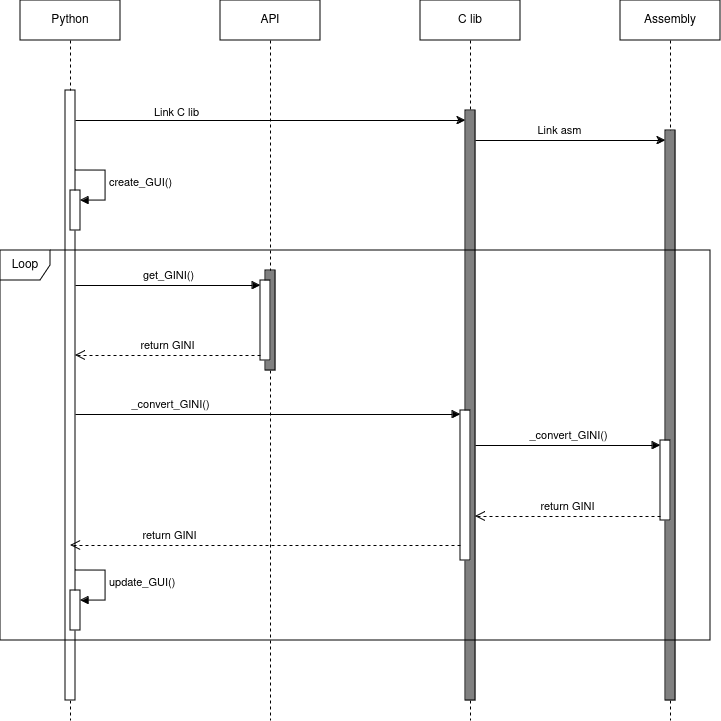
Earlier version of the draw.io export imgs/sequence_diagram.drawio.png (manugcr/sdc_tp2). Source tidied: cells renumbered, new cells last; positions are measured from the earlier drawing's top-left corner, leaving out a move shared by most shapes. Its diagram source:
```xml
<mxGraphModel>
  <root>
    <mxCell id="0" />
    <mxCell id="1" parent="0" />
    <mxCell id="2" value="&lt;div&gt;Python&lt;/div&gt;" style="shape=umlLifeline;perimeter=lifelinePerimeter;whiteSpace=wrap;html=1;newEdgeStyle={&quot;edgeStyle&quot;:&quot;elbowEdgeStyle&quot;,&quot;elbow&quot;:&quot;vertical&quot;,&quot;curved&quot;:0,&quot;rounded&quot;:0};" parent="1" vertex="1">
      <mxGeometry x="20" width="100" height="720" as="geometry" />
    </mxCell>
    <mxCell id="3" style="html=1;points=[[0,0,0,0,5],[0,1,0,0,-5],[1,0,0,0,5],[1,1,0,0,-5]];perimeter=orthogonalPerimeter;outlineConnect=0;targetShapes=umlLifeline;portConstraint=eastwest;newEdgeStyle={&quot;curved&quot;:0,&quot;rounded&quot;:0};" parent="2" vertex="1">
      <mxGeometry x="45" y="90" width="10" height="610" as="geometry" />
    </mxCell>
    <mxCell id="4" value="API" style="shape=umlLifeline;perimeter=lifelinePerimeter;whiteSpace=wrap;html=1;newEdgeStyle={&quot;edgeStyle&quot;:&quot;elbowEdgeStyle&quot;,&quot;elbow&quot;:&quot;vertical&quot;,&quot;curved&quot;:0,&quot;rounded&quot;:0};" parent="1" vertex="1">
      <mxGeometry x="220" width="100" height="720" as="geometry" />
    </mxCell>
    <mxCell id="5" style="html=1;perimeter=orthogonalPerimeter;targetShapes=umlLifeline;newEdgeStyle={&quot;curved&quot;:0,&quot;rounded&quot;:0};fillColor=#808080;" parent="4" vertex="1">
      <mxGeometry x="45" y="270" width="10" height="100" as="geometry" />
    </mxCell>
    <mxCell id="6" style="group;" parent="1" vertex="1">
      <mxGeometry x="70" y="170" width="35" height="60" as="geometry" />
    </mxCell>
    <mxCell id="7" style="html=1;points=[[0,0,0,0,5],[0,1,0,0,-5],[1,0,0,0,5],[1,1,0,0,-5]];perimeter=orthogonalPerimeter;outlineConnect=0;targetShapes=umlLifeline;portConstraint=eastwest;newEdgeStyle={&quot;curved&quot;:0,&quot;rounded&quot;:0};" parent="6" vertex="1">
      <mxGeometry y="20" width="10" height="40" as="geometry" />
    </mxCell>
    <mxCell id="8" value="create_GUI()" style="html=1;align=left;spacingLeft=2;endArrow=block;rounded=0;edgeStyle=orthogonalEdgeStyle;curved=0;rounded=0;" parent="6" edge="1" target="7">
      <mxGeometry relative="1" as="geometry">
        <mxPoint x="5" as="sourcePoint" />
        <Array as="points">
          <mxPoint x="35" y="30" />
        </Array>
      </mxGeometry>
    </mxCell>
    <mxCell id="9" value="C lib" style="shape=umlLifeline;perimeter=lifelinePerimeter;whiteSpace=wrap;html=1;newEdgeStyle={&quot;edgeStyle&quot;:&quot;elbowEdgeStyle&quot;,&quot;elbow&quot;:&quot;vertical&quot;,&quot;curved&quot;:0,&quot;rounded&quot;:0};" parent="1" vertex="1">
      <mxGeometry x="420" width="100" height="720" as="geometry" />
    </mxCell>
    <mxCell id="10" style="html=1;perimeter=orthogonalPerimeter;targetShapes=umlLifeline;newEdgeStyle={&quot;curved&quot;:0,&quot;rounded&quot;:0};fillColor=#808080;" parent="9" vertex="1">
      <mxGeometry x="45" y="110" width="10" height="590" as="geometry" />
    </mxCell>
    <mxCell id="11" style="html=1;perimeter=orthogonalPerimeter;targetShapes=umlLifeline;newEdgeStyle={&quot;curved&quot;:0,&quot;rounded&quot;:0};" parent="9" vertex="1">
      <mxGeometry x="40" y="410" width="10" height="150" as="geometry" />
    </mxCell>
    <mxCell id="12" value="Assembly" style="shape=umlLifeline;perimeter=lifelinePerimeter;whiteSpace=wrap;html=1;newEdgeStyle={&quot;edgeStyle&quot;:&quot;elbowEdgeStyle&quot;,&quot;elbow&quot;:&quot;vertical&quot;,&quot;curved&quot;:0,&quot;rounded&quot;:0};" parent="1" vertex="1">
      <mxGeometry x="620" width="100" height="720" as="geometry" />
    </mxCell>
    <mxCell id="13" style="html=1;perimeter=orthogonalPerimeter;targetShapes=umlLifeline;newEdgeStyle={&quot;curved&quot;:0,&quot;rounded&quot;:0};fillColor=#808080;" parent="12" vertex="1">
      <mxGeometry x="45" y="130" width="10" height="570" as="geometry" />
    </mxCell>
    <mxCell id="14" style="html=1;perimeter=orthogonalPerimeter;targetShapes=umlLifeline;newEdgeStyle={&quot;curved&quot;:0,&quot;rounded&quot;:0};" parent="12" vertex="1">
      <mxGeometry x="40" y="440" width="10" height="80" as="geometry" />
    </mxCell>
    <mxCell id="15" style="group;rotation=-180;" parent="1" vertex="1">
      <mxGeometry x="190" y="280" width="80" height="80" as="geometry" />
    </mxCell>
    <mxCell id="16" style="html=1;perimeter=orthogonalPerimeter;targetShapes=umlLifeline;newEdgeStyle={&quot;curved&quot;:0,&quot;rounded&quot;:0};rotation=-180;" parent="15" vertex="1">
      <mxGeometry x="70" width="10" height="80" as="geometry" />
    </mxCell>
    <mxCell id="17" value="get_GINI()" style="html=1;verticalAlign=bottom;endArrow=block;curved=0;rounded=0;entryX=1;entryY=0;entryDx=0;entryDy=5;" parent="15" edge="1" source="3">
      <mxGeometry relative="1" as="geometry">
        <mxPoint x="70" y="5" as="targetPoint" />
      </mxGeometry>
    </mxCell>
    <mxCell id="18" value="return GINI" style="html=1;verticalAlign=bottom;endArrow=open;dashed=1;endSize=8;curved=0;rounded=0;exitX=1;exitY=1;exitDx=0;exitDy=-5;" parent="15" edge="1" target="3">
      <mxGeometry relative="1" as="geometry">
        <mxPoint x="70" y="75" as="sourcePoint" />
      </mxGeometry>
    </mxCell>
    <mxCell id="19" value="_convert_GINI()" style="html=1;verticalAlign=bottom;endArrow=block;curved=0;rounded=0;" parent="1" edge="1">
      <mxGeometry x="-0.51" relative="1" as="geometry">
        <mxPoint x="75" y="414" as="sourcePoint" />
        <mxPoint x="460" y="414" as="targetPoint" />
      </mxGeometry>
    </mxCell>
    <mxCell id="20" value="return GINI" style="html=1;verticalAlign=bottom;endArrow=open;dashed=1;endSize=8;curved=0;rounded=0;" parent="1" edge="1">
      <mxGeometry x="0.49" relative="1" as="geometry">
        <mxPoint x="460" y="545" as="sourcePoint" />
        <mxPoint x="70" y="545" as="targetPoint" />
      </mxGeometry>
    </mxCell>
    <mxCell id="21" value="_convert_GINI()" style="html=1;verticalAlign=bottom;endArrow=block;curved=0;rounded=0;" parent="1" edge="1">
      <mxGeometry relative="1" as="geometry">
        <mxPoint x="475" y="445" as="sourcePoint" />
        <mxPoint x="660" y="445" as="targetPoint" />
      </mxGeometry>
    </mxCell>
    <mxCell id="22" value="return GINI" style="html=1;verticalAlign=bottom;endArrow=open;dashed=1;endSize=8;curved=0;rounded=0;" parent="1" edge="1">
      <mxGeometry relative="1" as="geometry">
        <mxPoint x="660" y="516" as="sourcePoint" />
        <mxPoint x="475" y="516" as="targetPoint" />
      </mxGeometry>
    </mxCell>
    <mxCell id="23" style="group;" parent="1" vertex="1">
      <mxGeometry x="70" y="570" width="35" height="60" as="geometry" />
    </mxCell>
    <mxCell id="24" style="html=1;points=[[0,0,0,0,5],[0,1,0,0,-5],[1,0,0,0,5],[1,1,0,0,-5]];perimeter=orthogonalPerimeter;outlineConnect=0;targetShapes=umlLifeline;portConstraint=eastwest;newEdgeStyle={&quot;curved&quot;:0,&quot;rounded&quot;:0};" parent="23" vertex="1">
      <mxGeometry y="20" width="10" height="40" as="geometry" />
    </mxCell>
    <mxCell id="25" value="update_GUI()" style="html=1;align=left;spacingLeft=2;endArrow=block;rounded=0;edgeStyle=orthogonalEdgeStyle;curved=0;rounded=0;" parent="23" edge="1" target="24">
      <mxGeometry relative="1" as="geometry">
        <mxPoint x="5" as="sourcePoint" />
        <Array as="points">
          <mxPoint x="35" y="30" />
        </Array>
      </mxGeometry>
    </mxCell>
    <mxCell id="26" value="Loop" style="shape=umlFrame;whiteSpace=wrap;html=1;width=50;" parent="1" vertex="1">
      <mxGeometry y="250" width="710" height="390" as="geometry" />
    </mxCell>
    <mxCell id="27" style="endArrow=classic;html=1;rounded=0;" parent="1" edge="1">
      <mxGeometry relative="1" as="geometry">
        <mxPoint x="75" y="120" as="sourcePoint" />
        <mxPoint x="465" y="120" as="targetPoint" />
      </mxGeometry>
    </mxCell>
    <mxCell id="28" value="&lt;div&gt;Link C lib&lt;/div&gt;" style="edgeLabel;html=1;align=center;verticalAlign=middle;" parent="27" vertex="1">
      <mxGeometry x="-0.08" y="-1" relative="1" as="geometry">
        <mxPoint x="-80" y="-10" as="offset" />
      </mxGeometry>
    </mxCell>
    <mxCell id="29" style="endArrow=classic;html=1;rounded=0;" parent="1" edge="1">
      <mxGeometry relative="1" as="geometry">
        <mxPoint x="475" y="140" as="sourcePoint" />
        <mxPoint x="665" y="140" as="targetPoint" />
      </mxGeometry>
    </mxCell>
    <mxCell id="30" value="&lt;div&gt;Link asm&lt;/div&gt;" style="edgeLabel;html=1;align=center;verticalAlign=middle;" parent="29" vertex="1">
      <mxGeometry x="-0.12" y="1" relative="1" as="geometry">
        <mxPoint y="-10" as="offset" />
      </mxGeometry>
    </mxCell>
  </root>
</mxGraphModel>
```
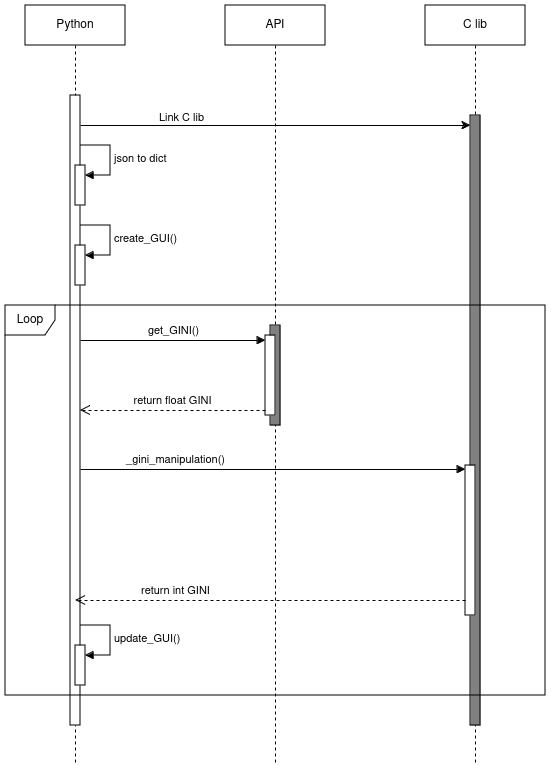
The same file after the commit.

The edit, as a diff of the source:
```diff
@@ -3,16 +3,16 @@
     <mxCell id="0" />
     <mxCell id="1" parent="0" />
     <mxCell id="2" value="&lt;div&gt;Python&lt;/div&gt;" style="shape=umlLifeline;perimeter=lifelinePerimeter;whiteSpace=wrap;html=1;newEdgeStyle={&quot;edgeStyle&quot;:&quot;elbowEdgeStyle&quot;,&quot;elbow&quot;:&quot;vertical&quot;,&quot;curved&quot;:0,&quot;rounded&quot;:0};" parent="1" vertex="1">
-      <mxGeometry x="20" width="100" height="720" as="geometry" />
+      <mxGeometry x="20" y="-50" width="100" height="760" as="geometry" />
     </mxCell>
     <mxCell id="3" style="html=1;points=[[0,0,0,0,5],[0,1,0,0,-5],[1,0,0,0,5],[1,1,0,0,-5]];perimeter=orthogonalPerimeter;outlineConnect=0;targetShapes=umlLifeline;portConstraint=eastwest;newEdgeStyle={&quot;curved&quot;:0,&quot;rounded&quot;:0};" parent="2" vertex="1">
-      <mxGeometry x="45" y="90" width="10" height="610" as="geometry" />
+      <mxGeometry x="45" y="90" width="10" height="630" as="geometry" />
     </mxCell>
     <mxCell id="4" value="API" style="shape=umlLifeline;perimeter=lifelinePerimeter;whiteSpace=wrap;html=1;newEdgeStyle={&quot;edgeStyle&quot;:&quot;elbowEdgeStyle&quot;,&quot;elbow&quot;:&quot;vertical&quot;,&quot;curved&quot;:0,&quot;rounded&quot;:0};" parent="1" vertex="1">
-      <mxGeometry x="220" width="100" height="720" as="geometry" />
+      <mxGeometry x="220" y="-50" width="100" height="760" as="geometry" />
     </mxCell>
     <mxCell id="5" style="html=1;perimeter=orthogonalPerimeter;targetShapes=umlLifeline;newEdgeStyle={&quot;curved&quot;:0,&quot;rounded&quot;:0};fillColor=#808080;" parent="4" vertex="1">
-      <mxGeometry x="45" y="270" width="10" height="100" as="geometry" />
+      <mxGeometry x="45" y="320" width="10" height="100" as="geometry" />
     </mxCell>
     <mxCell id="6" style="group;" parent="1" vertex="1">
       <mxGeometry x="70" y="170" width="35" height="60" as="geometry" />
@@ -29,23 +29,14 @@
       </mxGeometry>
     </mxCell>
     <mxCell id="9" value="C lib" style="shape=umlLifeline;perimeter=lifelinePerimeter;whiteSpace=wrap;html=1;newEdgeStyle={&quot;edgeStyle&quot;:&quot;elbowEdgeStyle&quot;,&quot;elbow&quot;:&quot;vertical&quot;,&quot;curved&quot;:0,&quot;rounded&quot;:0};" parent="1" vertex="1">
-      <mxGeometry x="420" width="100" height="720" as="geometry" />
+      <mxGeometry x="420" y="-50" width="100" height="760" as="geometry" />
     </mxCell>
     <mxCell id="10" style="html=1;perimeter=orthogonalPerimeter;targetShapes=umlLifeline;newEdgeStyle={&quot;curved&quot;:0,&quot;rounded&quot;:0};fillColor=#808080;" parent="9" vertex="1">
-      <mxGeometry x="45" y="110" width="10" height="590" as="geometry" />
+      <mxGeometry x="45" y="110" width="10" height="610" as="geometry" />
     </mxCell>
     <mxCell id="11" style="html=1;perimeter=orthogonalPerimeter;targetShapes=umlLifeline;newEdgeStyle={&quot;curved&quot;:0,&quot;rounded&quot;:0};" parent="9" vertex="1">
-      <mxGeometry x="40" y="410" width="10" height="150" as="geometry" />
+      <mxGeometry x="40" y="460" width="10" height="150" as="geometry" />
     </mxCell>
-    <mxCell id="12" value="Assembly" style="shape=umlLifeline;perimeter=lifelinePerimeter;whiteSpace=wrap;html=1;newEdgeStyle={&quot;edgeStyle&quot;:&quot;elbowEdgeStyle&quot;,&quot;elbow&quot;:&quot;vertical&quot;,&quot;curved&quot;:0,&quot;rounded&quot;:0};" parent="1" vertex="1">
-      <mxGeometry x="620" width="100" height="720" as="geometry" />
-    </mxCell>
-    <mxCell id="13" style="html=1;perimeter=orthogonalPerimeter;targetShapes=umlLifeline;newEdgeStyle={&quot;curved&quot;:0,&quot;rounded&quot;:0};fillColor=#808080;" parent="12" vertex="1">
-      <mxGeometry x="45" y="130" width="10" height="570" as="geometry" />
-    </mxCell>
-    <mxCell id="14" style="html=1;perimeter=orthogonalPerimeter;targetShapes=umlLifeline;newEdgeStyle={&quot;curved&quot;:0,&quot;rounded&quot;:0};" parent="12" vertex="1">
-      <mxGeometry x="40" y="440" width="10" height="80" as="geometry" />
-    </mxCell>
     <mxCell id="15" style="group;rotation=-180;" parent="1" vertex="1">
       <mxGeometry x="190" y="280" width="80" height="80" as="geometry" />
     </mxCell>
@@ -57,35 +48,23 @@
         <mxPoint x="70" y="5" as="targetPoint" />
       </mxGeometry>
     </mxCell>
-    <mxCell id="18" value="return GINI" style="html=1;verticalAlign=bottom;endArrow=open;dashed=1;endSize=8;curved=0;rounded=0;exitX=1;exitY=1;exitDx=0;exitDy=-5;" parent="15" edge="1" target="3">
+    <mxCell id="18" value="return float GINI" style="html=1;verticalAlign=bottom;endArrow=open;dashed=1;endSize=8;curved=0;rounded=0;exitX=1;exitY=1;exitDx=0;exitDy=-5;" parent="15" edge="1" target="3">
       <mxGeometry relative="1" as="geometry">
         <mxPoint x="70" y="75" as="sourcePoint" />
       </mxGeometry>
     </mxCell>
-    <mxCell id="19" value="_convert_GINI()" style="html=1;verticalAlign=bottom;endArrow=block;curved=0;rounded=0;" parent="1" edge="1">
+    <mxCell id="19" value="_gini_manipulation()" style="html=1;verticalAlign=bottom;endArrow=block;curved=0;rounded=0;" parent="1" edge="1">
       <mxGeometry x="-0.51" relative="1" as="geometry">
         <mxPoint x="75" y="414" as="sourcePoint" />
         <mxPoint x="460" y="414" as="targetPoint" />
       </mxGeometry>
     </mxCell>
-    <mxCell id="20" value="return GINI" style="html=1;verticalAlign=bottom;endArrow=open;dashed=1;endSize=8;curved=0;rounded=0;" parent="1" edge="1">
+    <mxCell id="20" value="return int GINI" style="html=1;verticalAlign=bottom;endArrow=open;dashed=1;endSize=8;curved=0;rounded=0;" parent="1" edge="1">
       <mxGeometry x="0.49" relative="1" as="geometry">
         <mxPoint x="460" y="545" as="sourcePoint" />
         <mxPoint x="70" y="545" as="targetPoint" />
       </mxGeometry>
     </mxCell>
-    <mxCell id="21" value="_convert_GINI()" style="html=1;verticalAlign=bottom;endArrow=block;curved=0;rounded=0;" parent="1" edge="1">
-      <mxGeometry relative="1" as="geometry">
-        <mxPoint x="475" y="445" as="sourcePoint" />
-        <mxPoint x="660" y="445" as="targetPoint" />
-      </mxGeometry>
-    </mxCell>
-    <mxCell id="22" value="return GINI" style="html=1;verticalAlign=bottom;endArrow=open;dashed=1;endSize=8;curved=0;rounded=0;" parent="1" edge="1">
-      <mxGeometry relative="1" as="geometry">
-        <mxPoint x="660" y="516" as="sourcePoint" />
-        <mxPoint x="475" y="516" as="targetPoint" />
-      </mxGeometry>
-    </mxCell>
     <mxCell id="23" style="group;" parent="1" vertex="1">
       <mxGeometry x="70" y="570" width="35" height="60" as="geometry" />
     </mxCell>
@@ -101,12 +80,12 @@
       </mxGeometry>
     </mxCell>
     <mxCell id="26" value="Loop" style="shape=umlFrame;whiteSpace=wrap;html=1;width=50;" parent="1" vertex="1">
-      <mxGeometry y="250" width="710" height="390" as="geometry" />
+      <mxGeometry y="250" width="540" height="390" as="geometry" />
     </mxCell>
     <mxCell id="27" style="endArrow=classic;html=1;rounded=0;" parent="1" edge="1">
       <mxGeometry relative="1" as="geometry">
-        <mxPoint x="75" y="120" as="sourcePoint" />
-        <mxPoint x="465" y="120" as="targetPoint" />
+        <mxPoint x="75" y="70" as="sourcePoint" />
+        <mxPoint x="465" y="70" as="targetPoint" />
       </mxGeometry>
     </mxCell>
     <mxCell id="28" value="&lt;div&gt;Link C lib&lt;/div&gt;" style="edgeLabel;html=1;align=center;verticalAlign=middle;" parent="27" vertex="1">
@@ -114,16 +93,19 @@
         <mxPoint x="-80" y="-10" as="offset" />
       </mxGeometry>
     </mxCell>
-    <mxCell id="29" style="endArrow=classic;html=1;rounded=0;" parent="1" edge="1">
-      <mxGeometry relative="1" as="geometry">
-        <mxPoint x="475" y="140" as="sourcePoint" />
-        <mxPoint x="665" y="140" as="targetPoint" />
-      </mxGeometry>
-    </mxCell>
-    <mxCell id="30" value="&lt;div&gt;Link asm&lt;/div&gt;" style="edgeLabel;html=1;align=center;verticalAlign=middle;" parent="29" vertex="1">
-      <mxGeometry x="-0.12" y="1" relative="1" as="geometry">
-        <mxPoint y="-10" as="offset" />
-      </mxGeometry>
-    </mxCell>
+    <mxCell id="31" style="group;" parent="1" vertex="1">
+      <mxGeometry x="70" y="90" width="35" height="60" as="geometry" />
+    </mxCell>
+    <mxCell id="32" style="html=1;points=[[0,0,0,0,5],[0,1,0,0,-5],[1,0,0,0,5],[1,1,0,0,-5]];perimeter=orthogonalPerimeter;outlineConnect=0;targetShapes=umlLifeline;portConstraint=eastwest;newEdgeStyle={&quot;curved&quot;:0,&quot;rounded&quot;:0};" parent="31" vertex="1">
+      <mxGeometry y="20" width="10" height="40" as="geometry" />
+    </mxCell>
+    <mxCell id="33" value="json to dict" style="html=1;align=left;spacingLeft=2;endArrow=block;rounded=0;edgeStyle=orthogonalEdgeStyle;curved=0;rounded=0;" parent="31" edge="1" target="32">
+      <mxGeometry relative="1" as="geometry">
+        <mxPoint x="5" as="sourcePoint" />
+        <Array as="points">
+          <mxPoint x="35" y="30" />
+        </Array>
+      </mxGeometry>
+    </mxCell>
   </root>
 </mxGraphModel>
```
